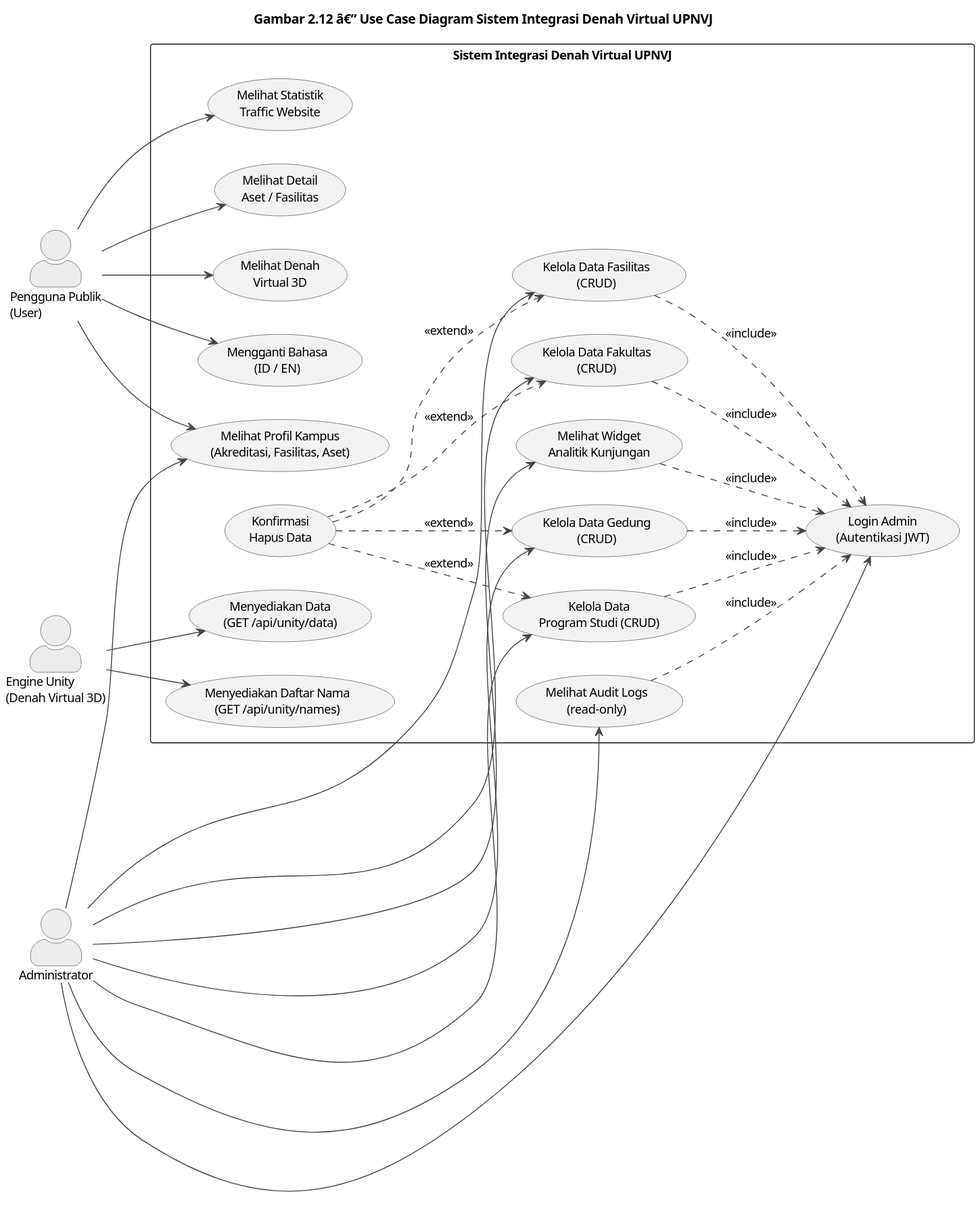
Earlier version of the PlantUML export diagrams/gambar-2-12-use-case-diagram.svg (Jokskuyy/workflow-ta-proyek).
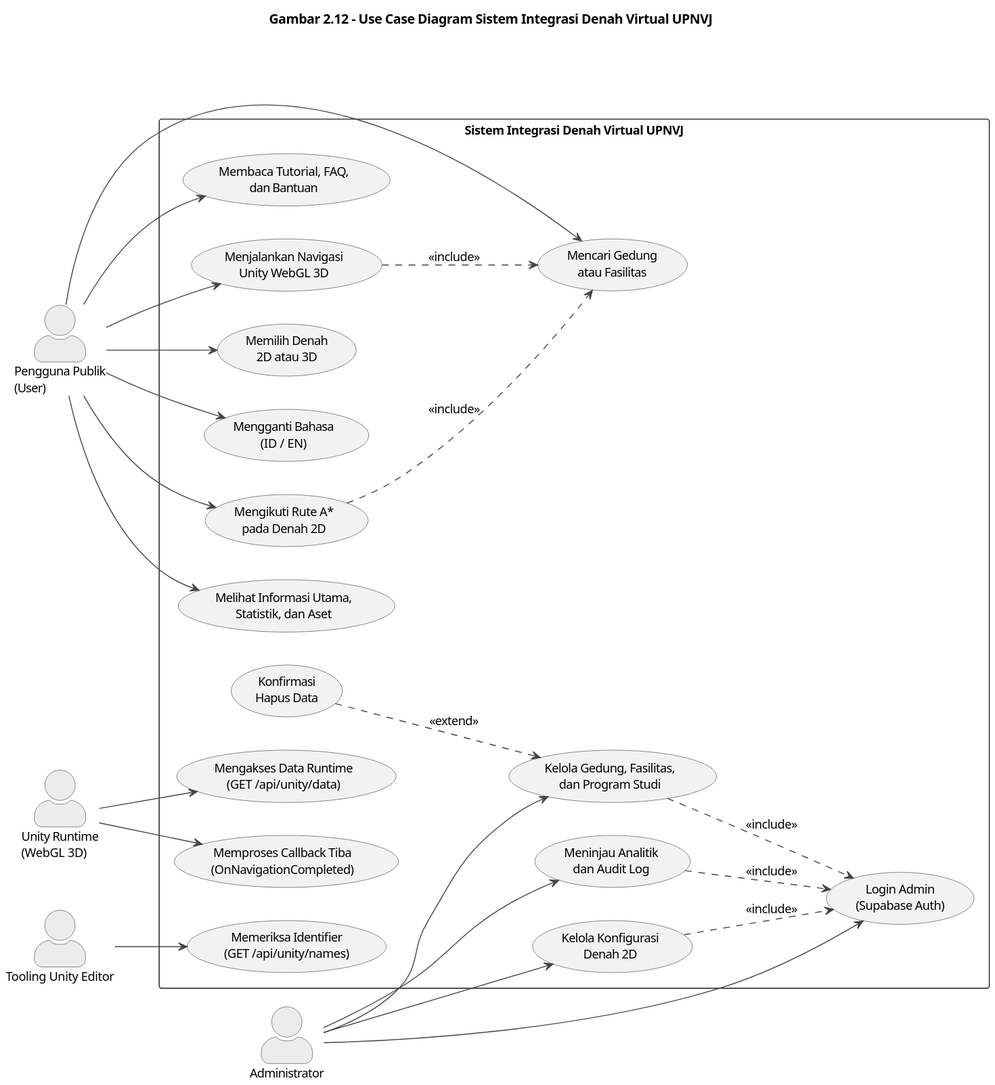
Later version of the same file.

Diff of the diagram source:
```diff
@@ -16,33 +16,33 @@
   BorderColor #555555
 }
 
-title Gambar 2.12 â€” Use Case Diagram Sistem Integrasi Denah Virtual UPNVJ
+title Gambar 2.12 - Use Case Diagram Sistem Integrasi Denah Virtual UPNVJ
 
 left to right direction
 
 actor "Pengguna Publik\n(User)" as User
 actor "Administrator" as Admin
-actor "Engine Unity\n(Denah Virtual 3D)" as Unity
+actor "Unity Runtime\n(WebGL 3D)" as UnityRuntime
+actor "Tooling Unity Editor" as UnityEditor
 
 rectangle "Sistem Integrasi Denah Virtual UPNVJ" {
+  usecase "Melihat Informasi Utama,\nStatistik, dan Aset" as UC1
+  usecase "Mencari Gedung\natau Fasilitas" as UC2
+  usecase "Membaca Tutorial, FAQ,\ndan Bantuan" as UC3
+  usecase "Memilih Denah\n2D atau 3D" as UC4
+  usecase "Mengikuti Rute A*\npada Denah 2D" as UC5
+  usecase "Menjalankan Navigasi\nUnity WebGL 3D" as UC6
+  usecase "Mengganti Bahasa\n(ID / EN)" as UC7
 
-  usecase "Melihat Statistik\nTraffic Website" as UC1
-  usecase "Melihat Profil Kampus\n(Akreditasi, Fasilitas, Aset)" as UC2
-  usecase "Melihat Detail\nAset / Fasilitas" as UC3
-  usecase "Melihat Denah\nVirtual 3D" as UC4
-  usecase "Mengganti Bahasa\n(ID / EN)" as UC5
+  usecase "Login Admin\n(Supabase Auth)" as UC8
+  usecase "Kelola Gedung, Fasilitas,\ndan Program Studi" as UC9
+  usecase "Kelola Konfigurasi\nDenah 2D" as UC10
+  usecase "Meninjau Analitik\ndan Audit Log" as UC11
+  usecase "Konfirmasi\nHapus Data" as UC12
 
-  usecase "Login Admin\n(Autentikasi JWT)" as UC6
-  usecase "Melihat Widget\nAnalitik Kunjungan" as UC7
-  usecase "Kelola Data Gedung\n(CRUD)" as UC8
-  usecase "Kelola Data Fasilitas\n(CRUD)" as UC9
-  usecase "Kelola Data Fakultas\n(CRUD)" as UC10
-  usecase "Kelola Data\nProgram Studi (CRUD)" as UC11
-  usecase "Konfirmasi\nHapus Data" as UC12
-  usecase "Melihat Audit Logs\n(read-only)" as UC13
-
-  usecase "Menyediakan Data\n(GET /api/unity/data)" as UC14
-  usecase "Menyediakan Daftar Nama\n(GET /api/unity/names)" as UC15
+  usecase "Mengakses Data Runtime\n(GET /api/unity/data)" as UC13
+  usecase "Memeriksa Identifier\n(GET /api/unity/names)" as UC14
+  usecase "Memproses Callback Tiba\n(OnNavigationCompleted)" as UC15
 }
 
 User --> UC1
@@ -50,28 +50,22 @@
 User --> UC3
 User --> UC4
 User --> UC5
+User --> UC6
+User --> UC7
 
-Admin --> UC6
-Admin --> UC7
 Admin --> UC8
 Admin --> UC9
 Admin --> UC10
 Admin --> UC11
-Admin --> UC13
 
-Admin --> UC2
+UC5 ..> UC2 : <<include>>
+UC6 ..> UC2 : <<include>>
+UC9 ..> UC8 : <<include>>
+UC10 ..> UC8 : <<include>>
+UC11 ..> UC8 : <<include>>
+UC12 ..> UC9 : <<extend>>
 
-UC7 ..> UC6 : <<include>>
-UC8 ..> UC6 : <<include>>
-UC9 ..> UC6 : <<include>>
-UC10 ..> UC6 : <<include>>
-UC11 ..> UC6 : <<include>>
-UC13 ..> UC6 : <<include>>
-UC12 ..> UC8 : <<extend>>
-UC12 ..> UC9 : <<extend>>
-UC12 ..> UC10 : <<extend>>
-UC12 ..> UC11 : <<extend>>
-
-Unity --> UC14
-Unity --> UC15
+UnityRuntime --> UC13
+UnityRuntime --> UC15
+UnityEditor --> UC14
 @enduml
```
